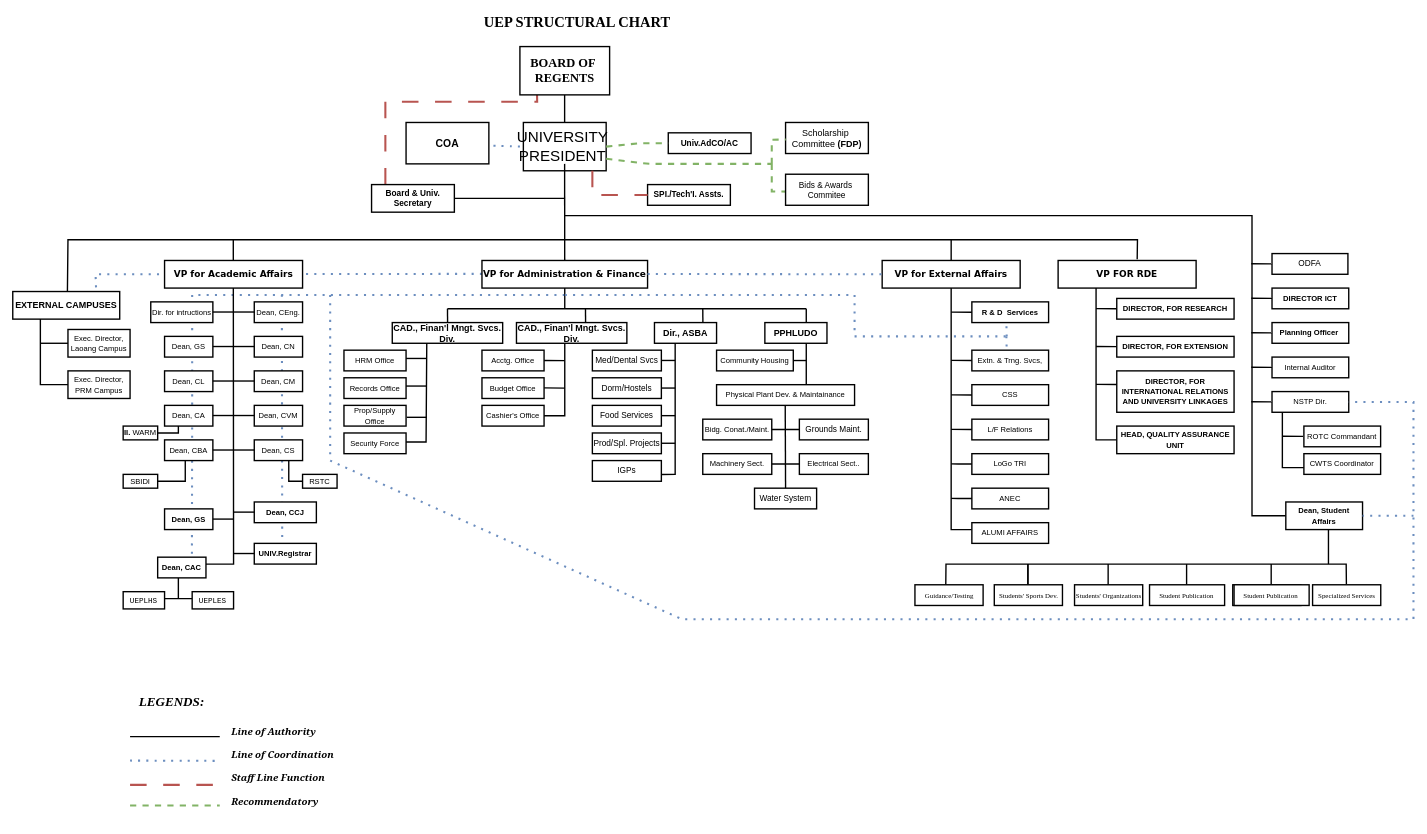
Earlier version of the draw.io diagram ICT.drawio (VCODERN/draw.io). Source tidied: cells renumbered, new cells numbered last; positions are measured from the earlier drawing's top-left corner, leaving out a move shared by most shapes. Both pictures are drawn from the tidied source at 69%, with x=0, y=0 at pixel (12, 12).
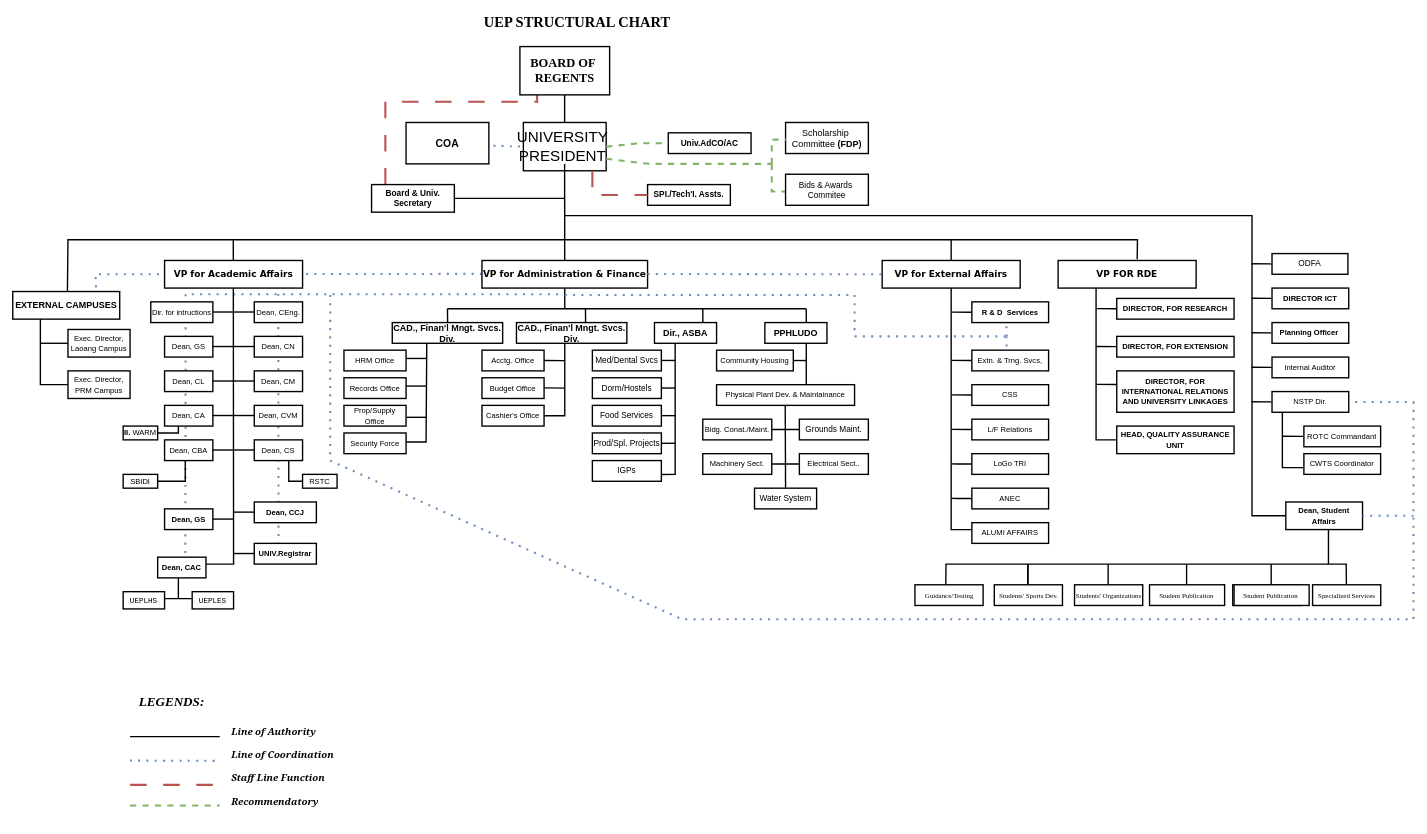
Above is the later version.

The change refers to these unchanged cells:
```xml
<mxCell id="130" value="&lt;span style=&quot;font-size: 11px;&quot;&gt;&lt;b&gt;UNIV.Registrar&lt;/b&gt;&lt;/span&gt;" style="whiteSpace=wrap;html=1;rounded=0;fontStyle=0;strokeWidth=2;" parent="1" vertex="1">
  <mxGeometry x="350" y="770" width="90" height="30" as="geometry" />
</mxCell>
<mxCell id="132" value="&lt;span style=&quot;font-size: 11px;&quot;&gt;Dean, CAC&lt;/span&gt;" style="whiteSpace=wrap;html=1;rounded=0;fontStyle=1;strokeWidth=2;" parent="1" vertex="1">
  <mxGeometry x="210" y="790" width="70" height="30" as="geometry" />
</mxCell>
```

What changed in the source:
```diff
@@
-    <mxCell id="3" style="endArrow=none;dashed=1;html=1;dashPattern=1 3;strokeWidth=3;rounded=0;fontSize=12;startSize=8;endSize=8;curved=1;flowAnimation=1;fillColor=#dae8fc;strokeColor=light-dark(#6c8ebf, #006aff);gradientColor=#7ea6e0;entryX=0.45;entryY=0.045;entryDx=0;entryDy=0;entryPerimeter=0;" parent="1" edge="1" target="130">
+    <mxCell id="3" style="endArrow=none;dashed=1;html=1;dashPattern=1 3;strokeWidth=3;rounded=0;fontSize=12;startSize=8;endSize=8;curved=1;flowAnimation=1;fillColor=#dae8fc;strokeColor=light-dark(#6c8ebf, #006aff);gradientColor=#7ea6e0;entryX=0.45;entryY=0.045;entryDx=0;entryDy=0;entryPerimeter=0;" parent="1" edge="1">
       <mxGeometry relative="1" as="geometry">
-        <mxPoint x="390" y="410" as="sourcePoint" />
+        <mxPoint x="384.8" y="408.6" as="sourcePoint" />
+        <mxPoint x="385.2" y="770" as="targetPoint" />
         <Array as="points">
-          <mxPoint x="390" y="410" />
+          <mxPoint x="384.8" y="408.6" />
         </Array>
       </mxGeometry>
     </mxCell>
-    <mxCell id="4" style="endArrow=none;dashed=1;html=1;dashPattern=1 3;strokeWidth=3;rounded=0;fontSize=12;startSize=8;endSize=8;curved=0;flowAnimation=1;fillColor=#dae8fc;strokeColor=light-dark(#6c8ebf, #006aff);gradientColor=#7ea6e0;entryX=0.709;entryY=0.036;entryDx=0;entryDy=0;entryPerimeter=0;" parent="1" edge="1" target="132">
+    <mxCell id="4" style="endArrow=none;dashed=1;html=1;dashPattern=1 3;strokeWidth=3;rounded=0;fontSize=12;startSize=8;endSize=8;curved=0;flowAnimation=1;fillColor=#dae8fc;strokeColor=light-dark(#6c8ebf, #006aff);gradientColor=#7ea6e0;entryX=0.709;entryY=0.036;entryDx=0;entryDy=0;entryPerimeter=0;" parent="1" edge="1">
       <mxGeometry relative="1" as="geometry">
-        <mxPoint x="800" y="410" as="sourcePoint" />
+        <mxPoint x="790.4" y="408.9" as="sourcePoint" />
+        <mxPoint x="250" y="790" as="targetPoint" />
         <Array as="points">
-          <mxPoint x="260" y="410" />
-          <mxPoint x="260" y="600" />
+          <mxPoint x="250.4" y="408.9" />
+          <mxPoint x="250.4" y="598.9" />
         </Array>
       </mxGeometry>
     </mxCell>
```
